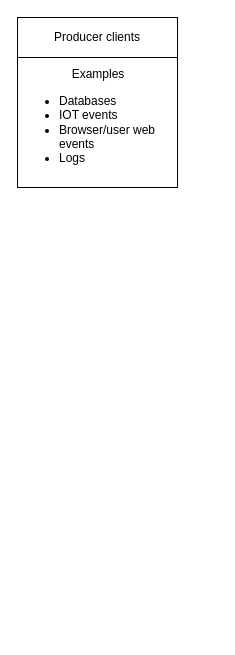
Before: books/apache-kafka/apache-kafka.drawio in chavp/data-modeling, a draw.io diagram. Source tidied: cells renumbered, new cells numbered last; positions are measured from the earlier drawing's top-left corner, leaving out a move shared by most shapes. Both pictures are drawn from the tidied source at 100%, with x=0, y=0 at pixel (17, 17).
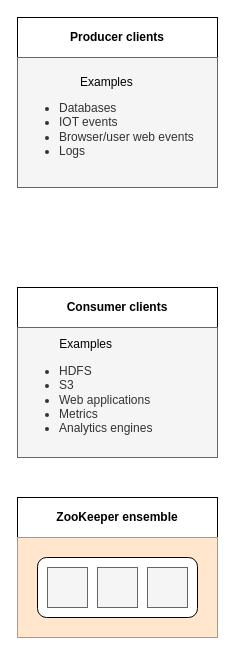
Above is the later version.

Diff of the diagram source:
```diff
@@
 <mxGraphModel>
   <root>
     <mxCell id="0" />
     <mxCell id="1" parent="0" />
-    <mxCell id="2" value="Producer clients" style="rounded=0;whiteSpace=wrap;html=1;" parent="1" vertex="1">
-      <mxGeometry width="160" height="40" as="geometry" />
+    <mxCell id="2" value="Producer clients" style="rounded=0;whiteSpace=wrap;html=1;fontStyle=1;" parent="1" vertex="1">
+      <mxGeometry width="200" height="40" as="geometry" />
     </mxCell>
-    <mxCell id="3" value="&lt;div style=&quot;text-align: center;&quot;&gt;&lt;span style=&quot;background-color: transparent; color: light-dark(rgb(0, 0, 0), rgb(255, 255, 255));&quot;&gt;Examples&lt;/span&gt;&lt;/div&gt;&lt;div&gt;&lt;ul&gt;&lt;li&gt;Databases&lt;/li&gt;&lt;li&gt;IOT events&lt;/li&gt;&lt;li&gt;Browser/user web events&lt;/li&gt;&lt;li&gt;Logs&lt;/li&gt;&lt;/ul&gt;&lt;/div&gt;" style="rounded=0;whiteSpace=wrap;html=1;align=left;" parent="1" vertex="1">
-      <mxGeometry y="40" width="160" height="130" as="geometry" />
+    <mxCell id="3" value="&lt;div style=&quot;text-align: center;&quot;&gt;&lt;span style=&quot;background-color: transparent; color: light-dark(rgb(0, 0, 0), rgb(255, 255, 255));&quot;&gt;Examples&lt;/span&gt;&lt;/div&gt;&lt;div&gt;&lt;ul&gt;&lt;li&gt;Databases&lt;/li&gt;&lt;li&gt;IOT events&lt;/li&gt;&lt;li&gt;Browser/user web events&lt;/li&gt;&lt;li&gt;Logs&lt;/li&gt;&lt;/ul&gt;&lt;/div&gt;" style="rounded=0;whiteSpace=wrap;html=1;align=left;fillColor=#f5f5f5;fontColor=#333333;strokeColor=#666666;" parent="1" vertex="1">
+      <mxGeometry y="40" width="200" height="130" as="geometry" />
     </mxCell>
+    <mxCell id="4" value="Consumer clients" style="rounded=0;whiteSpace=wrap;html=1;fontStyle=1;" parent="1" vertex="1">
+      <mxGeometry y="270" width="200" height="40" as="geometry" />
+    </mxCell>
+    <mxCell id="5" value="&lt;div style=&quot;text-align: center;&quot;&gt;&lt;span style=&quot;background-color: transparent; color: light-dark(rgb(0, 0, 0), rgb(255, 255, 255));&quot;&gt;Examples&lt;/span&gt;&lt;/div&gt;&lt;div&gt;&lt;ul&gt;&lt;li&gt;HDFS&lt;/li&gt;&lt;li&gt;S3&lt;/li&gt;&lt;li&gt;Web applications&lt;/li&gt;&lt;li&gt;Metrics&lt;/li&gt;&lt;li&gt;Analytics engines&lt;/li&gt;&lt;/ul&gt;&lt;/div&gt;" style="rounded=0;whiteSpace=wrap;html=1;align=left;fillColor=#f5f5f5;fontColor=#333333;strokeColor=#666666;" parent="1" vertex="1">
+      <mxGeometry y="310" width="200" height="130" as="geometry" />
+    </mxCell>
+    <mxCell id="6" value="ZooKeeper ensemble" style="rounded=0;whiteSpace=wrap;html=1;fontStyle=1;" parent="1" vertex="1">
+      <mxGeometry y="480" width="200" height="40" as="geometry" />
+    </mxCell>
+    <mxCell id="7" style="rounded=0;whiteSpace=wrap;html=1;fillColor=#ffe6cc;strokeColor=#d79b00;" parent="1" vertex="1">
+      <mxGeometry y="520" width="200" height="100" as="geometry" />
+    </mxCell>
+    <mxCell id="8" style="group;" parent="1" vertex="1">
+      <mxGeometry x="20" y="540" width="160" height="60" as="geometry" />
+    </mxCell>
+    <mxCell id="9" style="rounded=1;whiteSpace=wrap;html=1;" parent="8" vertex="1">
+      <mxGeometry width="160" height="60" as="geometry" />
+    </mxCell>
+    <mxCell id="10" style="whiteSpace=wrap;html=1;fillColor=#f5f5f5;fontColor=#333333;strokeColor=#666666;" parent="8" vertex="1">
+      <mxGeometry x="10" y="10" width="40" height="40" as="geometry" />
+    </mxCell>
+    <mxCell id="11" style="whiteSpace=wrap;html=1;fillColor=#f5f5f5;fontColor=#333333;strokeColor=#666666;" parent="8" vertex="1">
+      <mxGeometry x="60" y="10" width="40" height="40" as="geometry" />
+    </mxCell>
+    <mxCell id="12" style="whiteSpace=wrap;html=1;fillColor=#f5f5f5;fontColor=#333333;strokeColor=#666666;" parent="8" vertex="1">
+      <mxGeometry x="110" y="10" width="40" height="40" as="geometry" />
+    </mxCell>
   </root>
 </mxGraphModel>
```
